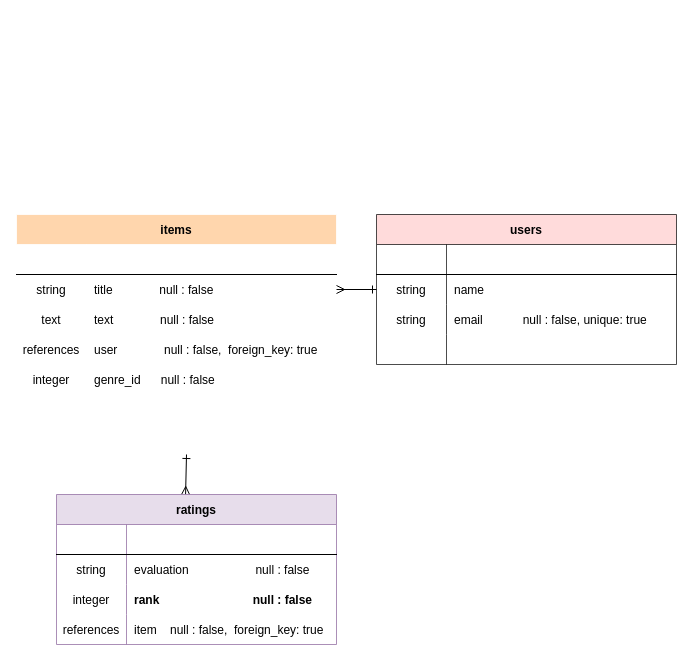
Before: game_review.dio in shigeruhanafusa/game_review, a draw.io diagram. Source tidied: cells renumbered, new cells numbered last; positions are measured from the earlier drawing's top-left corner, leaving out a move shared by most shapes. Both pictures are drawn from the tidied source at 100%, with x=0, y=0 at pixel (16, 214).
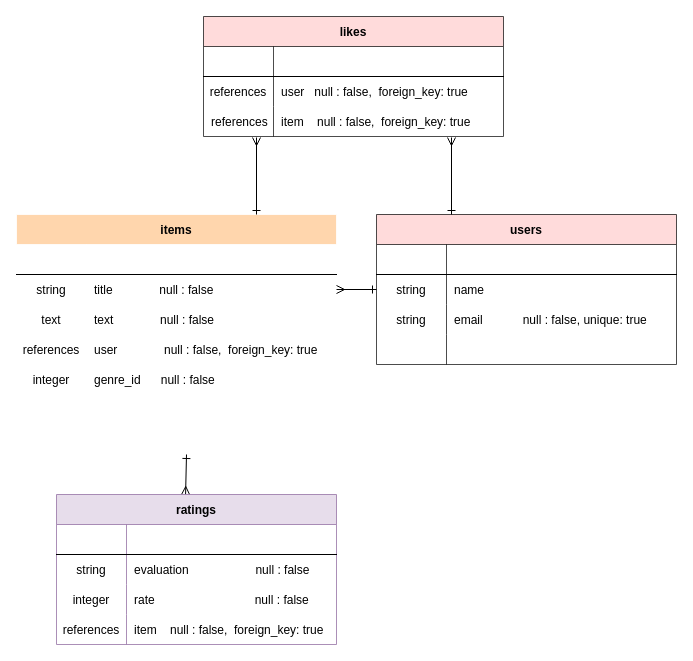
After the change.

Commit message (it also covers changes not shown here):
READMEと画面遷移図の更新

Unchanged cells that the change refers to:
```xml
<mxCell id="2" value="items" style="shape=table;startSize=30;childLayout=tableLayout;rowLines=0;fontStyle=1;align=center;fillColor=#ffcc99;strokeColor=#FFFFFF;opacity=80;fontColor=#000000;" parent="1" vertex="1">
  <mxGeometry width="320" height="240" as="geometry" />
</mxCell>
<mxCell id="24" value="users" style="shape=table;startSize=30;childLayout=tableLayout;rowLines=0;fontStyle=1;align=center;fillColor=#FFCCCC;strokeColor=default;opacity=70;fontColor=#000000;" parent="1" vertex="1">
  <mxGeometry x="360" width="300" height="150" as="geometry" />
</mxCell>
<mxCell id="45" style="shape=partialRectangle;fillColor=none;top=0;left=0;bottom=0;right=0;" parent="38" vertex="1">
  <mxGeometry y="90" width="280" height="30" as="geometry" />
</mxCell>
```

What changed in the source:
```diff
@@
-    <mxCell id="47" value="rank                            null : false" style="shape=partialRectangle;fillColor=none;top=0;left=0;bottom=0;right=0;align=left;spacingLeft=6;overflow=hidden;fontStyle=1;" parent="45" vertex="1">
+    <mxCell id="47" style="shape=partialRectangle;fillColor=none;top=0;left=0;bottom=0;right=0;align=left;spacingLeft=6;overflow=hidden;fontStyle=1;" parent="45" vertex="1">
       <mxGeometry x="70" width="210" height="30" as="geometry" />
     </mxCell>
@@
+    <mxCell id="52" style="edgeStyle=none;html=1;entryX=0.75;entryY=0;entryDx=0;entryDy=0;endArrow=ERone;endFill=0;startArrow=ERmany;startFill=0;" parent="1" edge="1" target="2">
+      <mxGeometry relative="1" as="geometry">
+        <mxPoint x="240" y="-77" as="sourcePoint" />
+      </mxGeometry>
+    </mxCell>
+    <mxCell id="53" style="edgeStyle=none;html=1;entryX=0.25;entryY=0;entryDx=0;entryDy=0;startArrow=ERmany;startFill=0;endArrow=ERone;endFill=0;" parent="1" edge="1" target="24">
+      <mxGeometry relative="1" as="geometry">
+        <mxPoint x="435" y="-77" as="sourcePoint" />
+      </mxGeometry>
+    </mxCell>
+    <mxCell id="54" value="likes" style="shape=table;startSize=30;childLayout=tableLayout;rowLines=0;fontStyle=1;align=center;fillColor=#FFCCCC;strokeColor=default;opacity=70;fontColor=#000000;" parent="1" vertex="1">
+      <mxGeometry x="187" y="-198" width="300" height="120" as="geometry" />
+    </mxCell>
+    <mxCell id="55" style="shape=partialRectangle;fillColor=none;top=0;left=0;bottom=1;right=0;" parent="54" vertex="1">
+      <mxGeometry y="30" width="300" height="30" as="geometry" />
+    </mxCell>
+    <mxCell id="56" style="shape=partialRectangle;fillColor=none;top=0;left=0;bottom=0;right=0;fontStyle=1;overflow=hidden;" parent="55" vertex="1">
+      <mxGeometry width="70" height="30" as="geometry" />
+    </mxCell>
+    <mxCell id="57" style="shape=partialRectangle;fillColor=none;top=0;left=0;bottom=0;right=0;align=left;spacingLeft=6;fontStyle=5;overflow=hidden;" parent="55" vertex="1">
+      <mxGeometry x="70" width="230" height="30" as="geometry" />
+    </mxCell>
+    <mxCell id="58" style="shape=partialRectangle;fillColor=none;top=0;left=0;bottom=0;right=0;" parent="54" vertex="1">
+      <mxGeometry y="60" width="300" height="30" as="geometry" />
+    </mxCell>
+    <mxCell id="59" value="references" style="shape=partialRectangle;fillColor=none;top=0;left=0;bottom=0;right=0;overflow=hidden;" parent="58" vertex="1">
+      <mxGeometry width="70" height="30" as="geometry" />
+    </mxCell>
+    <mxCell id="60" value="user   null : false,  foreign_key: true" style="shape=partialRectangle;fillColor=none;top=0;left=0;bottom=0;right=0;align=left;spacingLeft=6;overflow=hidden;" parent="58" vertex="1">
+      <mxGeometry x="70" width="230" height="30" as="geometry" />
+    </mxCell>
+    <mxCell id="61" style="shape=partialRectangle;fillColor=none;top=0;left=0;bottom=0;right=0;" parent="54" vertex="1">
+      <mxGeometry y="90" width="300" height="30" as="geometry" />
+    </mxCell>
+    <mxCell id="62" style="shape=partialRectangle;fillColor=none;top=0;left=0;bottom=0;right=0;overflow=hidden;" parent="61" vertex="1">
+      <mxGeometry width="70" height="30" as="geometry" />
+    </mxCell>
+    <mxCell id="63" style="shape=partialRectangle;fillColor=none;top=0;left=0;bottom=0;right=0;align=left;spacingLeft=6;overflow=hidden;" parent="61" vertex="1">
+      <mxGeometry x="70" width="230" height="30" as="geometry" />
+    </mxCell>
+    <mxCell id="64" value="references    item    null : false,  foreign_key: true" style="shape=partialRectangle;fillColor=none;top=0;left=0;bottom=0;right=0;align=left;spacingLeft=6;overflow=hidden;" parent="1" vertex="1">
+      <mxGeometry x="187" y="-108" width="301" height="30" as="geometry" />
+    </mxCell>
+    <mxCell id="65" value="rate                              null : false" style="shape=partialRectangle;fillColor=none;top=0;left=0;bottom=0;right=0;align=left;spacingLeft=6;overflow=hidden;" parent="1" vertex="1">
+      <mxGeometry x="110" y="370" width="210" height="30" as="geometry" />
+    </mxCell>
```
